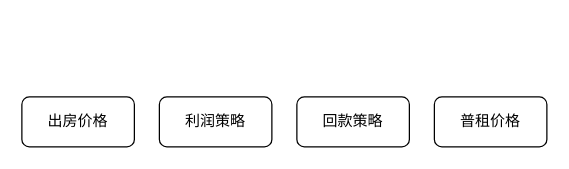
Before: Untitled Diagram.drawio in zhuyeqing/tutorials, a draw.io diagram. Source tidied: cells renumbered, new cells numbered last; positions are measured from the earlier drawing's top-left corner, leaving out a move shared by most shapes. Both pictures are drawn from the tidied source at 125%, with x=0, y=0 at pixel (21, 96).
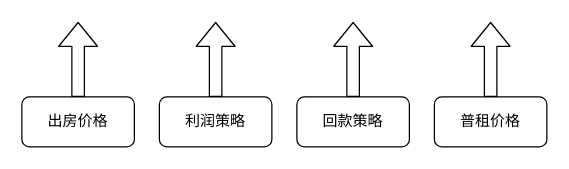
Above is the later version.

The edit, as a diff of the source:
```diff
@@
 <mxGraphModel>
   <root>
     <mxCell id="0" />
     <mxCell id="1" parent="0" />
     <mxCell id="2" value="利润策略" style="rounded=1;whiteSpace=wrap;html=1;" parent="1" vertex="1">
       <mxGeometry x="110" width="90" height="40" as="geometry" />
     </mxCell>
     <mxCell id="3" value="回款策略" style="rounded=1;whiteSpace=wrap;html=1;" parent="1" vertex="1">
       <mxGeometry x="220" width="90" height="40" as="geometry" />
     </mxCell>
     <mxCell id="4" value="出房价格" style="rounded=1;whiteSpace=wrap;html=1;" parent="1" vertex="1">
       <mxGeometry width="90" height="40" as="geometry" />
     </mxCell>
     <mxCell id="5" value="普租价格" style="rounded=1;whiteSpace=wrap;html=1;" parent="1" vertex="1">
       <mxGeometry x="330" width="90" height="40" as="geometry" />
     </mxCell>
+    <mxCell id="6" style="shape=flexArrow;endArrow=classic;html=1;" parent="1" edge="1">
+      <mxGeometry relative="1" as="geometry">
+        <mxPoint x="45" as="sourcePoint" />
+        <mxPoint x="45" y="-60" as="targetPoint" />
+      </mxGeometry>
+    </mxCell>
+    <mxCell id="7" style="shape=flexArrow;endArrow=classic;html=1;" parent="1" edge="1">
+      <mxGeometry relative="1" as="geometry">
+        <mxPoint x="155" as="sourcePoint" />
+        <mxPoint x="155" y="-60" as="targetPoint" />
+      </mxGeometry>
+    </mxCell>
+    <mxCell id="8" style="shape=flexArrow;endArrow=classic;html=1;" parent="1" edge="1">
+      <mxGeometry relative="1" as="geometry">
+        <mxPoint x="265" as="sourcePoint" />
+        <mxPoint x="265" y="-60" as="targetPoint" />
+      </mxGeometry>
+    </mxCell>
+    <mxCell id="9" style="shape=flexArrow;endArrow=classic;html=1;" parent="1" edge="1">
+      <mxGeometry relative="1" as="geometry">
+        <mxPoint x="375" as="sourcePoint" />
+        <mxPoint x="375" y="-60" as="targetPoint" />
+      </mxGeometry>
+    </mxCell>
   </root>
 </mxGraphModel>
```
